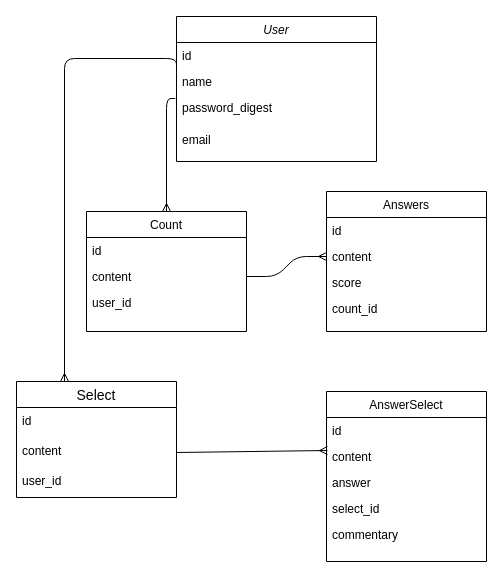
Before: Untitled Diagram.drawio in ko-suke1016/IKEMENTAL, a draw.io diagram. Source tidied: cells renumbered, new cells numbered last; positions are measured from the earlier drawing's top-left corner, leaving out a move shared by most shapes. Both pictures are drawn from the tidied source at 100%, with x=0, y=0 at pixel (16, 16).
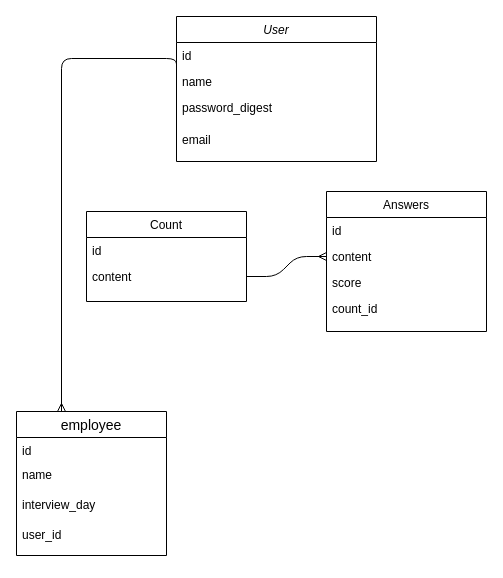
The same page after the edit.

The change refers to these unchanged cells:
```xml
<mxCell id="5" value="password_digest" style="text;align=left;verticalAlign=top;spacingLeft=4;spacingRight=4;overflow=hidden;points=[[0,0.5],[1,0.5]];portConstraint=eastwest;rounded=0;shadow=0;html=0;" parent="2" vertex="1">
  <mxGeometry y="78" width="200" height="32" as="geometry" />
</mxCell>
```

The edit, as a diff of the source:
```diff
@@
     <mxCell id="7" value="Count" style="swimlane;fontStyle=0;align=center;verticalAlign=top;horizontal=1;startSize=26;rounded=0;shadow=0;strokeWidth=1;" parent="1" vertex="1">
-      <mxGeometry x="70" y="195" width="160" height="120" as="geometry" />
+      <mxGeometry x="70" y="195" width="160" height="90" as="geometry" />
     </mxCell>
@@
-    <mxCell id="10" value="user_id" style="text;align=left;verticalAlign=top;spacingLeft=4;spacingRight=4;overflow=hidden;rounded=0;shadow=0;html=0;" parent="7" vertex="1">
-      <mxGeometry y="78" width="160" height="26" as="geometry" />
-    </mxCell>
@@
-    <mxCell id="16" style="fontSize=12;html=1;endArrow=ERmany;entryX=0.5;entryY=0;entryDx=0;entryDy=0;exitX=-0.006;exitY=0.125;exitDx=0;exitDy=0;exitPerimeter=0;edgeStyle=orthogonalEdgeStyle;" parent="1" edge="1" source="5" target="7">
-      <mxGeometry relative="1" as="geometry" />
-    </mxCell>
@@
-    <mxCell id="18" value="AnswerSelect" style="swimlane;fontStyle=0;align=center;verticalAlign=top;horizontal=1;startSize=26;rounded=0;shadow=0;strokeWidth=1;" parent="1" vertex="1">
-      <mxGeometry x="310" y="375" width="160" height="170" as="geometry" />
-    </mxCell>
-    <mxCell id="19" value="id" style="text;align=left;verticalAlign=top;spacingLeft=4;spacingRight=4;overflow=hidden;" parent="18" vertex="1">
-      <mxGeometry y="26" width="160" height="26" as="geometry" />
-    </mxCell>
-    <mxCell id="20" value="content" style="text;align=left;verticalAlign=top;spacingLeft=4;spacingRight=4;overflow=hidden;rounded=0;shadow=0;html=0;" parent="18" vertex="1">
-      <mxGeometry y="52" width="160" height="26" as="geometry" />
-    </mxCell>
-    <mxCell id="21" value="answer" style="text;align=left;verticalAlign=top;spacingLeft=4;spacingRight=4;overflow=hidden;rounded=0;shadow=0;html=0;" parent="18" vertex="1">
-      <mxGeometry y="78" width="160" height="26" as="geometry" />
-    </mxCell>
-    <mxCell id="22" value="select_id" style="text;align=left;verticalAlign=top;spacingLeft=4;spacingRight=4;overflow=hidden;rounded=0;shadow=0;html=0;" parent="18" vertex="1">
-      <mxGeometry y="104" width="160" height="26" as="geometry" />
-    </mxCell>
-    <mxCell id="23" value="commentary" style="text;align=left;verticalAlign=top;spacingLeft=4;spacingRight=4;overflow=hidden;rounded=0;shadow=0;html=0;" parent="18" vertex="1">
-      <mxGeometry y="130" width="160" height="26" as="geometry" />
-    </mxCell>
-    <mxCell id="24" style="fontSize=12;html=1;endArrow=ERmany;exitX=1;exitY=0.5;exitDx=0;exitDy=0;" parent="1" edge="1" source="27">
-      <mxGeometry relative="1" as="geometry">
-        <mxPoint x="311" y="434" as="targetPoint" />
-      </mxGeometry>
-    </mxCell>
-    <mxCell id="25" value="Select" style="swimlane;fontStyle=0;horizontal=1;startSize=26;align=center;fontSize=14;" parent="1" vertex="1">
-      <mxGeometry y="365" width="160" height="116" as="geometry" />
+    <mxCell id="25" value="employee" style="swimlane;fontStyle=0;horizontal=1;startSize=26;align=center;fontSize=14;" parent="1" vertex="1">
+      <mxGeometry y="395" width="150" height="144" as="geometry" />
     </mxCell>
     <mxCell id="26" value="id" style="text;strokeColor=none;fillColor=none;spacingLeft=4;spacingRight=4;overflow=hidden;fontSize=12;" parent="25" vertex="1">
-      <mxGeometry y="26" width="160" height="30" as="geometry" />
+      <mxGeometry y="26" width="150" height="24" as="geometry" />
     </mxCell>
+    <mxCell id="30" value="name" style="text;strokeColor=none;fillColor=none;spacingLeft=4;spacingRight=4;overflow=hidden;fontSize=12;" parent="25" vertex="1">
+      <mxGeometry y="50" width="150" height="30" as="geometry" />
+    </mxCell>
+    <mxCell id="31" value="interview_day" style="text;strokeColor=none;fillColor=none;spacingLeft=4;spacingRight=4;overflow=hidden;fontSize=12;" parent="25" vertex="1">
+      <mxGeometry y="80" width="150" height="30" as="geometry" />
+    </mxCell>
-    <mxCell id="27" value="content" style="text;strokeColor=none;fillColor=none;spacingLeft=4;spacingRight=4;overflow=hidden;points=[[0,0.5],[1,0.5]];portConstraint=eastwest;fontSize=12;" parent="25" vertex="1">
-      <mxGeometry y="56" width="160" height="30" as="geometry" />
+    <mxCell id="27" value="user_id" style="text;strokeColor=none;fillColor=none;spacingLeft=4;spacingRight=4;overflow=hidden;points=[[0,0.5],[1,0.5]];portConstraint=eastwest;fontSize=12;" parent="25" vertex="1">
+      <mxGeometry y="110" width="150" height="34" as="geometry" />
     </mxCell>
-    <mxCell id="28" value="user_id" style="text;strokeColor=none;fillColor=none;spacingLeft=4;spacingRight=4;overflow=hidden;fontSize=12;" parent="25" vertex="1">
-      <mxGeometry y="86" width="160" height="30" as="geometry" />
-    </mxCell>
```
